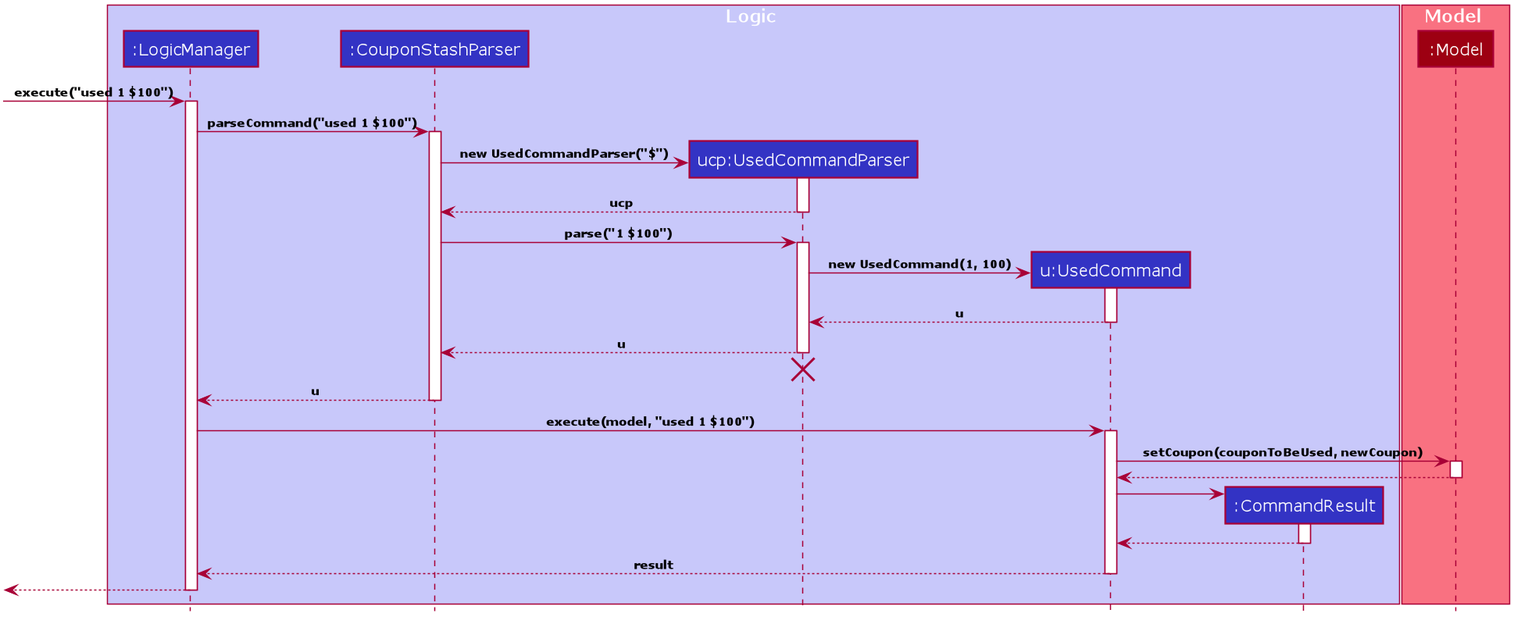
This is docs/images/UsedCommandSeqDiagram.png from nus-cs2103-AY1920S2/addressbook-level3, a PlantUML export, as it was before one commit. The source it was exported from:
```plantuml
@startuml










skinparam BackgroundColor #FFFFFFF

skinparam Shadowing false

skinparam Class {
    FontColor #FFFFFF
    BorderThickness 1
    BorderColor #FFFFFF
    StereotypeFontColor #FFFFFF
    FontName Verdana
    AttributeFontColor #FFFFFF
}

skinparam Actor {
    BorderColor #000000
    Color #000000
    FontName Verdana
}

skinparam Sequence {
    MessageAlign center
    BoxFontSize 15
    BoxPadding 0
    BoxFontColor #FFFFFF
    FontName Verdana
}

skinparam Participant {
    FontColor #FFFFFFF
    Padding 20
}

skinparam GenericDisplay zz

skinparam ArrowFontSize 10
skinparam ArrowFontStyle bold

skinparam NoteBackgroundColor ghostwhite
skinparam NoteBorderColor #3333C4
skinparam DefaultFontName Verdana

skinparam MinClassWidth 50
skinparam ParticipantPadding 10
skinparam Shadowing false
skinparam DefaultTextAlignment center
skinparam packageStyle Rectangle
skinparam classAttributeIconSize 0
skinparam genericDisplay old

hide footbox
hide members
hide circle

box Logic #C8C8FA
participant ":LogicManager" as LogicManager #3333C4
participant ":CouponStashParser" as CouponStashParser #3333C4
participant "ucp:UsedCommandParser" as UsedCommandParser #3333C4
participant "u:UsedCommand" as UsedCommand #3333C4
participant ":CommandResult" as CommandResult #3333C4
end box

box Model #F97181
participant ":Model" as Model #9D0012
end box

[-> LogicManager : execute("used 1 $100")
activate LogicManager

LogicManager -> CouponStashParser : parseCommand("used 1 $100")
activate CouponStashParser

create UsedCommandParser
CouponStashParser -> UsedCommandParser : new UsedCommandParser("$")
activate UsedCommandParser

UsedCommandParser --> CouponStashParser : ucp
deactivate UsedCommandParser

CouponStashParser -> UsedCommandParser : parse("1 $100")
activate UsedCommandParser

create UsedCommand
UsedCommandParser -> UsedCommand : new UsedCommand(1, 100)
activate UsedCommand

UsedCommand --> UsedCommandParser : u
deactivate UsedCommand

UsedCommandParser --> CouponStashParser : u
deactivate UsedCommandParser
UsedCommandParser -[hidden]-> CouponStashParser
destroy UsedCommandParser

CouponStashParser --> LogicManager : u
deactivate CouponStashParser

LogicManager -> UsedCommand : execute(model, "used 1 $100")
activate UsedCommand

UsedCommand -> Model : setCoupon(couponToBeUsed, newCoupon)
activate Model

Model --> UsedCommand
deactivate Model

create CommandResult
UsedCommand -> CommandResult
activate CommandResult

CommandResult --> UsedCommand
deactivate CommandResult

UsedCommand --> LogicManager : result
deactivate UsedCommand

[<--LogicManager
deactivate LogicManager
@enduml
```
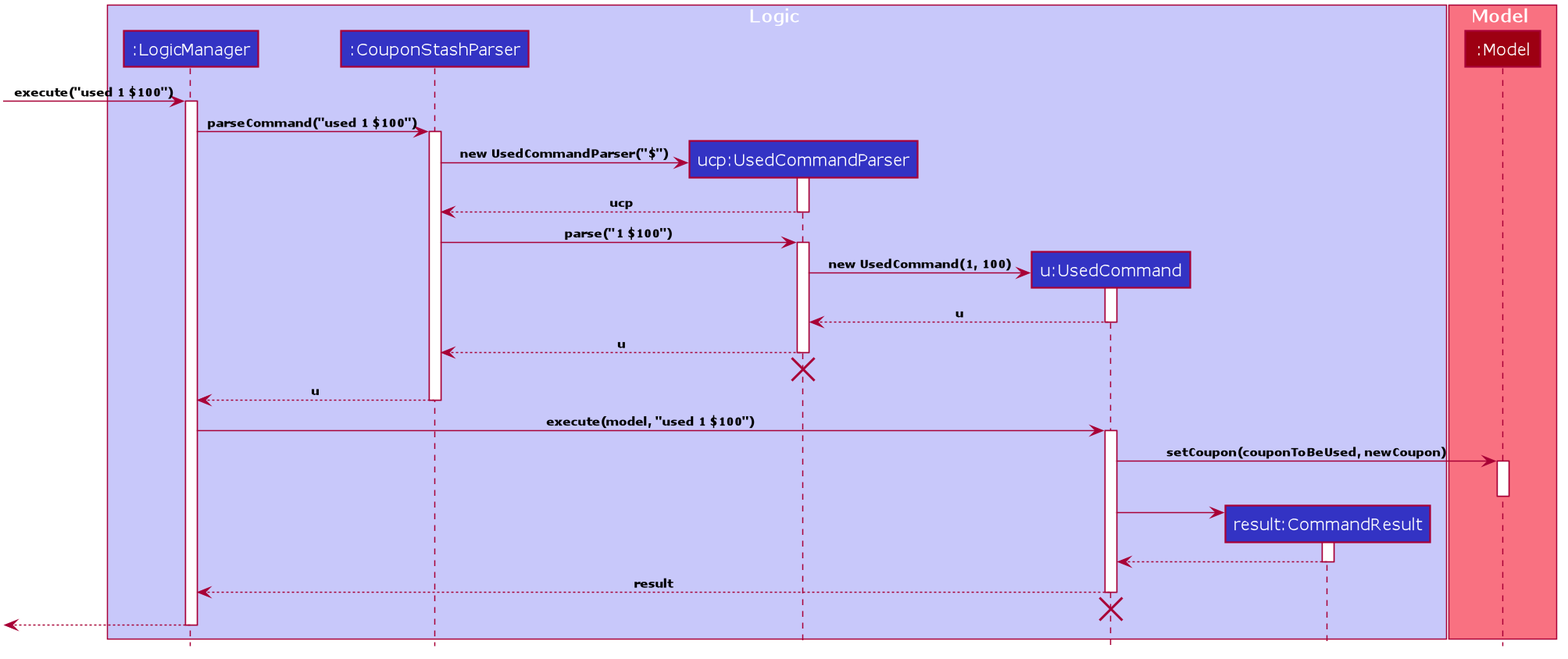
After the commit.

Commit message:
Add execution of Used Command sequence diagram

The edit, as a diff of the source:
```diff
@@ -67,7 +67,7 @@
 participant ":CouponStashParser" as CouponStashParser #3333C4
 participant "ucp:UsedCommandParser" as UsedCommandParser #3333C4
 participant "u:UsedCommand" as UsedCommand #3333C4
-participant ":CommandResult" as CommandResult #3333C4
+participant "result:CommandResult" as CommandResult #3333C4
 end box
 
 box Model #F97181
@@ -111,7 +111,6 @@
 UsedCommand -> Model : setCoupon(couponToBeUsed, newCoupon)
 activate Model
 
-Model --> UsedCommand
 deactivate Model
 
 create CommandResult
@@ -123,6 +122,8 @@
 
 UsedCommand --> LogicManager : result
 deactivate UsedCommand
+UsedCommand -[hidden]-> UsedCommandParser
+destroy UsedCommand
 
 [<--LogicManager
 deactivate LogicManager
```
